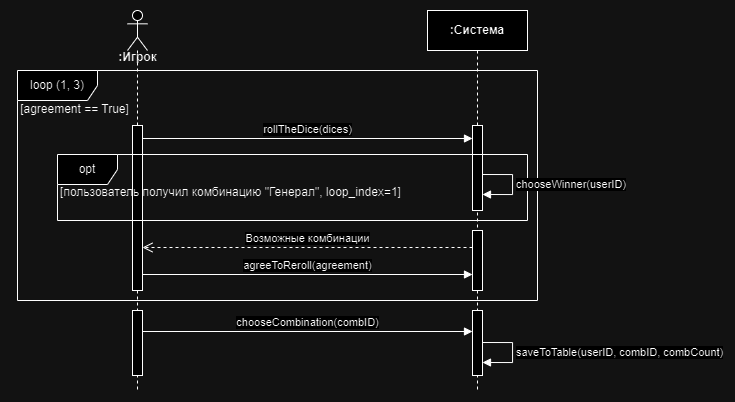
Earlier version of the draw.io export images/lab3.p1.png (Katya-tch/RTIPPO). Source tidied: cells renumbered, new cells last; positions are measured from the earlier drawing's top-left corner, leaving out a move shared by most shapes.
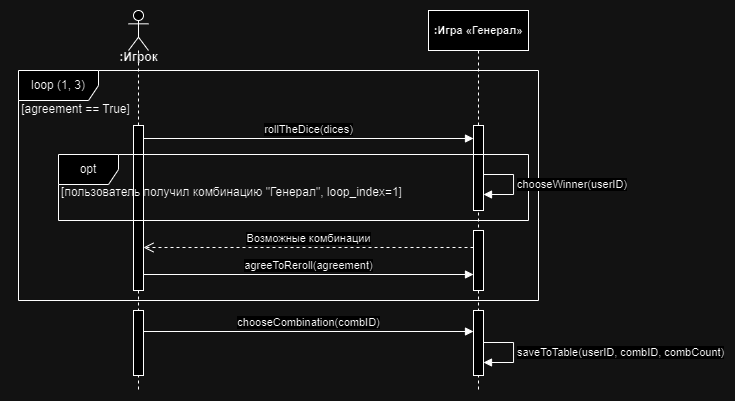
After the change.

Change to the diagram source:
```diff
@@ -11,7 +11,7 @@
     <mxCell id="4" style="html=1;perimeter=orthogonalPerimeter;targetShapes=umlLifeline;newEdgeStyle={&quot;curved&quot;:0,&quot;rounded&quot;:0};" parent="2" vertex="1">
       <mxGeometry x="5" y="300" width="10" height="65" as="geometry" />
     </mxCell>
-    <mxCell id="5" value=":Система" style="shape=umlLifeline;perimeter=lifelinePerimeter;whiteSpace=wrap;html=1;newEdgeStyle={&quot;curved&quot;:0,&quot;rounded&quot;:0};fontStyle=1;" parent="1" vertex="1">
+    <mxCell id="5" value=":Игра&amp;nbsp;«Генерал»" style="shape=umlLifeline;perimeter=lifelinePerimeter;whiteSpace=wrap;html=1;newEdgeStyle={&quot;curved&quot;:0,&quot;rounded&quot;:0};fontStyle=1;spacingLeft=0;spacingRight=0;fontSize=11;" parent="1" vertex="1">
       <mxGeometry x="418" width="100" height="380" as="geometry" />
     </mxCell>
     <mxCell id="6" style="html=1;perimeter=orthogonalPerimeter;targetShapes=umlLifeline;newEdgeStyle={&quot;curved&quot;:0,&quot;rounded&quot;:0};" parent="5" vertex="1">
```
